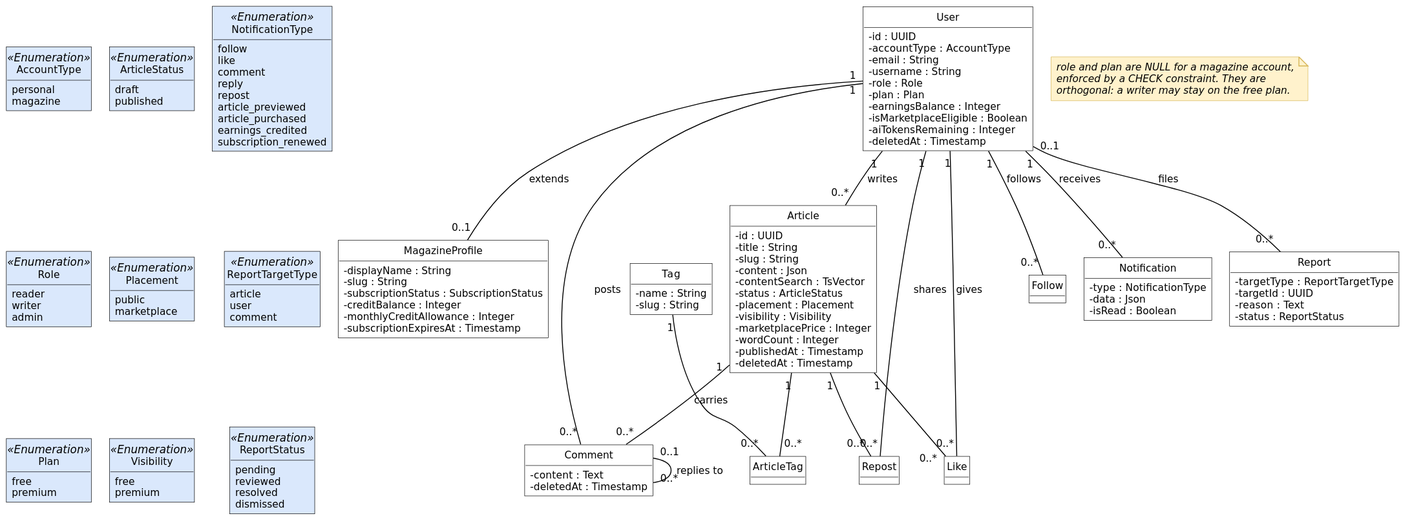
inkwell-dev/spec.inkwell.ai keeps this PlantUML diagram as diagrams/fig-2-2-classes-core-domain/fig-2-2-classes-core-domain.svg. Above is the earlier version.
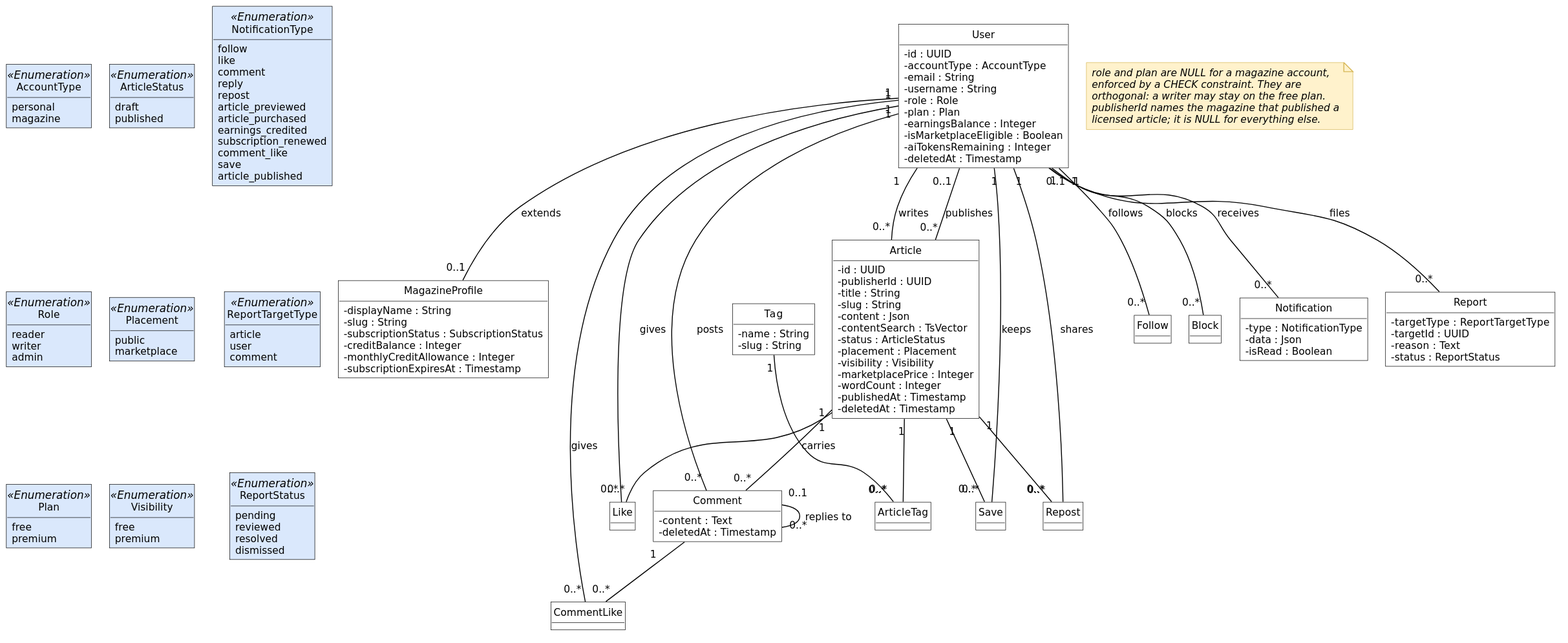
Above is the later version.

Commit message:
docs(diagrams): redraw fig-2-2 with the social tables and the publisher column

The core domain figure was frozen before three tables existed: comment_likes
(FR-60), blocks (FR-62) and saves (FR-63), each now drawn with its
associations. Article gains publisherId (FR-73) and the magazine's publishes
association, which is what records who republished a licensed article; the note
says when it is set. NotificationType lists all twelve values, including
comment_like, save and article_published. The figure now shows 14 of the 30
tables.

What changed in the source:
```diff
@@ -27,6 +27,7 @@
 }
 class Article {
   - id : UUID
+  - publisherId : UUID
   - title : String
   - slug : String
   - content : Json
@@ -49,8 +50,11 @@
   - deletedAt : Timestamp
 }
 class Like
+class CommentLike
 class Repost
+class Save
 class Follow
+class Block
 class Notification {
   - type : NotificationType
   - data : Json
@@ -98,6 +102,9 @@
   article_purchased
   earnings_credited
   subscription_renewed
+  comment_like
+  save
+  article_published
 }
 class ReportTargetType <<Enumeration>> {
   article
@@ -114,14 +121,20 @@
 User "1" -- "0..1" MagazineProfile : extends
 User "1" -- "0..*" Article : writes
 User "1" -- "0..*" Comment : posts
+User "0..1" -- "0..*" Article : publishes
 User "1" -- "0..*" Like : gives
+User "1" -- "0..*" CommentLike : gives
 User "1" -- "0..*" Repost : shares
+User "1" -- "0..*" Save : keeps
 User "1" -- "0..*" Follow : follows
+User "1" -- "0..*" Block : blocks
 User "1" -- "0..*" Notification : receives
 User "0..1" -- "0..*" Report : files
 Article "1" -- "0..*" Comment : carries
 Article "1" -- "0..*" Like
 Article "1" -- "0..*" Repost
+Article "1" -- "0..*" Save
+Comment "1" -- "0..*" CommentLike
 Article "1" -- "0..*" ArticleTag
 Tag "1" -- "0..*" ArticleTag
 Comment "0..1" -- "0..*" Comment : replies to
@@ -130,6 +143,8 @@
   role and plan are NULL for a magazine account,
   enforced by a CHECK constraint. They are
   orthogonal: a writer may stay on the free plan.
+  publisherId names the magazine that published a
+  licensed article; it is NULL for everything else.
 end note
 
 AccountType -[hidden]down- Role
```
